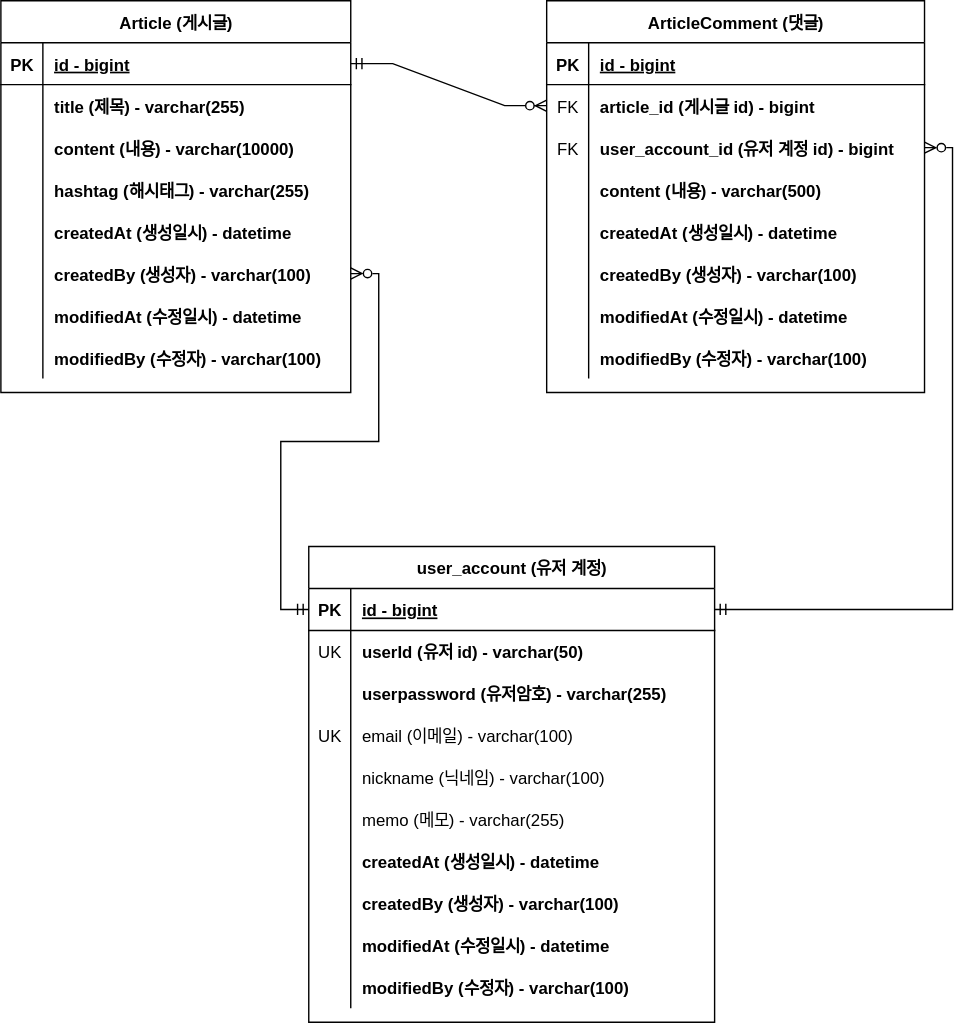
Above: document/project-board-erd.svg in 95twan/project-board (draw.io), before the change. Source tidied: cells renumbered, new cells last; positions are measured from the earlier drawing's top-left corner, leaving out a move shared by most shapes.
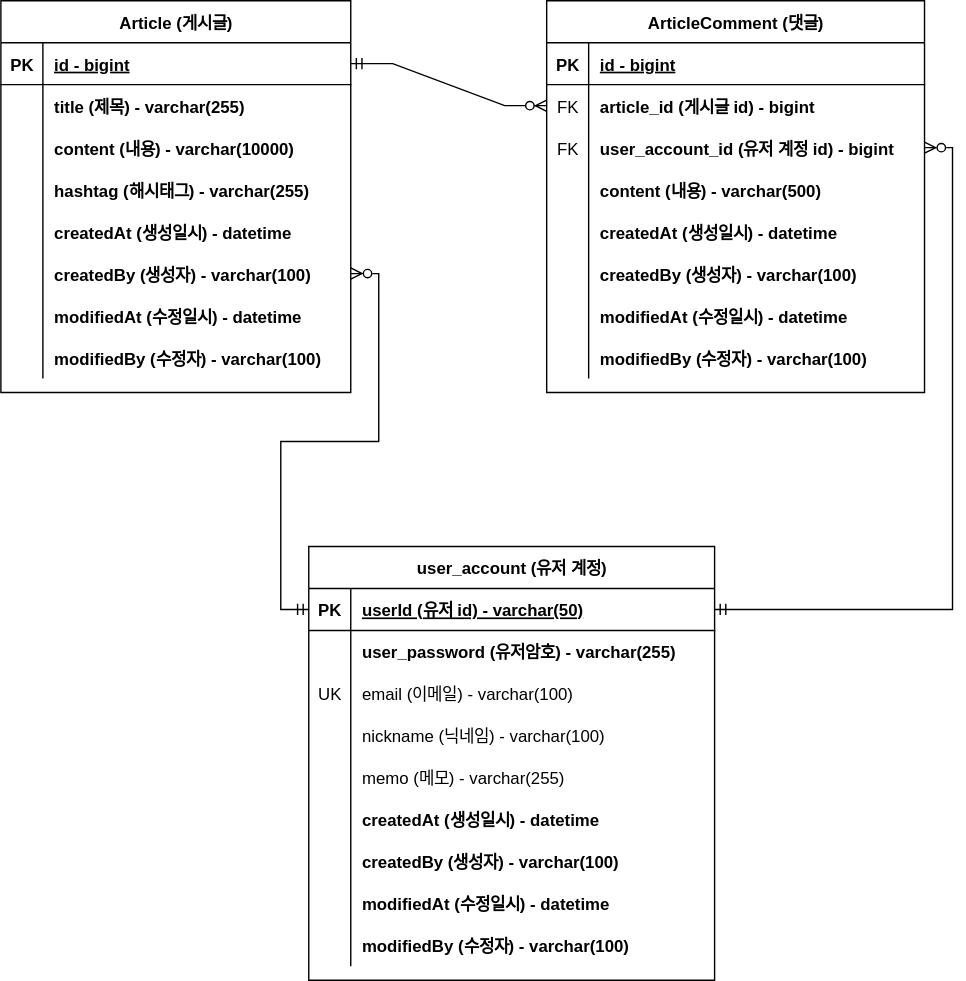
The same file after the commit.

Commit message:
#39 - ERD 문서 수정: 회원 계정 user_id 를 PK 로 변경

Diff of the diagram source:
```diff
@@ -156,7 +156,7 @@
       <mxGeometry relative="1" as="geometry" />
     </mxCell>
     <mxCell id="53" value="user_account (유저 계정)" style="shape=table;startSize=30;rowLines=0;fontStyle=1;align=center;" parent="1" vertex="1">
-      <mxGeometry x="220" y="390" width="290" height="340" as="geometry" />
+      <mxGeometry x="220" y="390" width="290" height="310" as="geometry" />
     </mxCell>
     <mxCell id="54" style="shape=partialRectangle;fillColor=none;points=[[0,0.5],[1,0.5]];portConstraint=eastwest;top=0;left=0;right=0;bottom=1;" parent="53" vertex="1">
       <mxGeometry y="30" width="290" height="30" as="geometry" />
@@ -164,29 +164,20 @@
     <mxCell id="55" value="PK" style="shape=partialRectangle;overflow=hidden;fillColor=none;top=0;left=0;bottom=0;right=0;fontStyle=1;" parent="54" vertex="1">
       <mxGeometry width="30" height="30" as="geometry" />
     </mxCell>
-    <mxCell id="56" value="id - bigint" style="shape=partialRectangle;overflow=hidden;fillColor=none;top=0;left=0;bottom=0;right=0;align=left;spacingLeft=6;fontStyle=5;" parent="54" vertex="1">
+    <mxCell id="56" value="userId (유저 id) - varchar(50)" style="shape=partialRectangle;overflow=hidden;fillColor=none;top=0;left=0;bottom=0;right=0;align=left;spacingLeft=6;fontStyle=5;" parent="54" vertex="1">
       <mxGeometry x="30" width="260" height="30" as="geometry" />
     </mxCell>
-    <mxCell id="57" style="shape=partialRectangle;fillColor=none;top=0;left=0;right=0;bottom=0;" parent="53" vertex="1">
-      <mxGeometry y="60" width="290" height="30" as="geometry" />
-    </mxCell>
-    <mxCell id="58" value="UK" style="shape=partialRectangle;overflow=hidden;fillColor=none;top=0;left=0;bottom=0;right=0;" parent="57" vertex="1">
-      <mxGeometry width="30" height="30" as="geometry" />
-    </mxCell>
-    <mxCell id="59" value="userId (유저 id) - varchar(50)" style="shape=partialRectangle;overflow=hidden;fillColor=none;top=0;left=0;bottom=0;right=0;align=left;spacingLeft=6;fontStyle=1;" parent="57" vertex="1">
-      <mxGeometry x="30" width="260" height="30" as="geometry" />
-    </mxCell>
     <mxCell id="60" style="shape=tableRow;horizontal=0;startSize=0;swimlaneHead=0;swimlaneBody=0;fillColor=none;top=0;left=0;right=0;bottom=0;" parent="53" vertex="1">
-      <mxGeometry y="90" width="290" height="30" as="geometry" />
+      <mxGeometry y="60" width="290" height="30" as="geometry" />
     </mxCell>
     <mxCell id="61" style="shape=partialRectangle;fillColor=none;top=0;left=0;bottom=0;right=0;overflow=hidden;" parent="60" vertex="1">
       <mxGeometry width="30" height="30" as="geometry" />
     </mxCell>
-    <mxCell id="62" value="userpassword (유저암호) - varchar(255)" style="shape=partialRectangle;fillColor=none;top=0;left=0;bottom=0;right=0;align=left;spacingLeft=6;overflow=hidden;fontStyle=1;" parent="60" vertex="1">
+    <mxCell id="62" value="user_password (유저암호) - varchar(255)" style="shape=partialRectangle;fillColor=none;top=0;left=0;bottom=0;right=0;align=left;spacingLeft=6;overflow=hidden;fontStyle=1;" parent="60" vertex="1">
       <mxGeometry x="30" width="260" height="30" as="geometry" />
     </mxCell>
     <mxCell id="63" style="shape=tableRow;horizontal=0;startSize=0;swimlaneHead=0;swimlaneBody=0;fillColor=none;top=0;left=0;right=0;bottom=0;" parent="53" vertex="1">
-      <mxGeometry y="120" width="290" height="30" as="geometry" />
+      <mxGeometry y="90" width="290" height="30" as="geometry" />
     </mxCell>
     <mxCell id="64" value="UK" style="shape=partialRectangle;fillColor=none;top=0;left=0;bottom=0;right=0;overflow=hidden;" parent="63" vertex="1">
       <mxGeometry width="30" height="30" as="geometry" />
@@ -195,7 +186,7 @@
       <mxGeometry x="30" width="260" height="30" as="geometry" />
     </mxCell>
     <mxCell id="66" style="shape=tableRow;horizontal=0;startSize=0;swimlaneHead=0;swimlaneBody=0;fillColor=none;top=0;left=0;right=0;bottom=0;" parent="53" vertex="1">
-      <mxGeometry y="150" width="290" height="30" as="geometry" />
+      <mxGeometry y="120" width="290" height="30" as="geometry" />
     </mxCell>
     <mxCell id="67" style="shape=partialRectangle;fillColor=none;top=0;left=0;bottom=0;right=0;overflow=hidden;" parent="66" vertex="1">
       <mxGeometry width="30" height="30" as="geometry" />
@@ -204,7 +195,7 @@
       <mxGeometry x="30" width="260" height="30" as="geometry" />
     </mxCell>
     <mxCell id="69" style="shape=tableRow;horizontal=0;startSize=0;swimlaneHead=0;swimlaneBody=0;fillColor=none;top=0;left=0;right=0;bottom=0;" parent="53" vertex="1">
-      <mxGeometry y="180" width="290" height="30" as="geometry" />
+      <mxGeometry y="150" width="290" height="30" as="geometry" />
     </mxCell>
     <mxCell id="70" style="shape=partialRectangle;fillColor=none;top=0;left=0;bottom=0;right=0;overflow=hidden;" parent="69" vertex="1">
       <mxGeometry width="30" height="30" as="geometry" />
@@ -213,7 +204,7 @@
       <mxGeometry x="30" width="260" height="30" as="geometry" />
     </mxCell>
     <mxCell id="72" style="shape=tableRow;horizontal=0;startSize=0;swimlaneHead=0;swimlaneBody=0;fillColor=none;top=0;left=0;right=0;bottom=0;" parent="53" vertex="1">
-      <mxGeometry y="210" width="290" height="30" as="geometry" />
+      <mxGeometry y="180" width="290" height="30" as="geometry" />
     </mxCell>
     <mxCell id="73" style="shape=partialRectangle;fillColor=none;top=0;left=0;bottom=0;right=0;overflow=hidden;" parent="72" vertex="1">
       <mxGeometry width="30" height="30" as="geometry" />
@@ -222,7 +213,7 @@
       <mxGeometry x="30" width="260" height="30" as="geometry" />
     </mxCell>
     <mxCell id="75" style="shape=tableRow;horizontal=0;startSize=0;swimlaneHead=0;swimlaneBody=0;fillColor=none;top=0;left=0;right=0;bottom=0;" parent="53" vertex="1">
-      <mxGeometry y="240" width="290" height="30" as="geometry" />
+      <mxGeometry y="210" width="290" height="30" as="geometry" />
     </mxCell>
     <mxCell id="76" style="shape=partialRectangle;fillColor=none;top=0;left=0;bottom=0;right=0;overflow=hidden;" parent="75" vertex="1">
       <mxGeometry width="30" height="30" as="geometry" />
@@ -231,7 +222,7 @@
       <mxGeometry x="30" width="260" height="30" as="geometry" />
     </mxCell>
     <mxCell id="78" style="shape=tableRow;horizontal=0;startSize=0;swimlaneHead=0;swimlaneBody=0;fillColor=none;top=0;left=0;right=0;bottom=0;" parent="53" vertex="1">
-      <mxGeometry y="270" width="290" height="30" as="geometry" />
+      <mxGeometry y="240" width="290" height="30" as="geometry" />
     </mxCell>
     <mxCell id="79" style="shape=partialRectangle;fillColor=none;top=0;left=0;bottom=0;right=0;overflow=hidden;" parent="78" vertex="1">
       <mxGeometry width="30" height="30" as="geometry" />
@@ -240,7 +231,7 @@
       <mxGeometry x="30" width="260" height="30" as="geometry" />
     </mxCell>
     <mxCell id="81" style="shape=tableRow;horizontal=0;startSize=0;swimlaneHead=0;swimlaneBody=0;fillColor=none;top=0;left=0;right=0;bottom=0;" parent="53" vertex="1">
-      <mxGeometry y="300" width="290" height="30" as="geometry" />
+      <mxGeometry y="270" width="290" height="30" as="geometry" />
     </mxCell>
     <mxCell id="82" style="shape=partialRectangle;fillColor=none;top=0;left=0;bottom=0;right=0;overflow=hidden;" parent="81" vertex="1">
       <mxGeometry width="30" height="30" as="geometry" />
```
